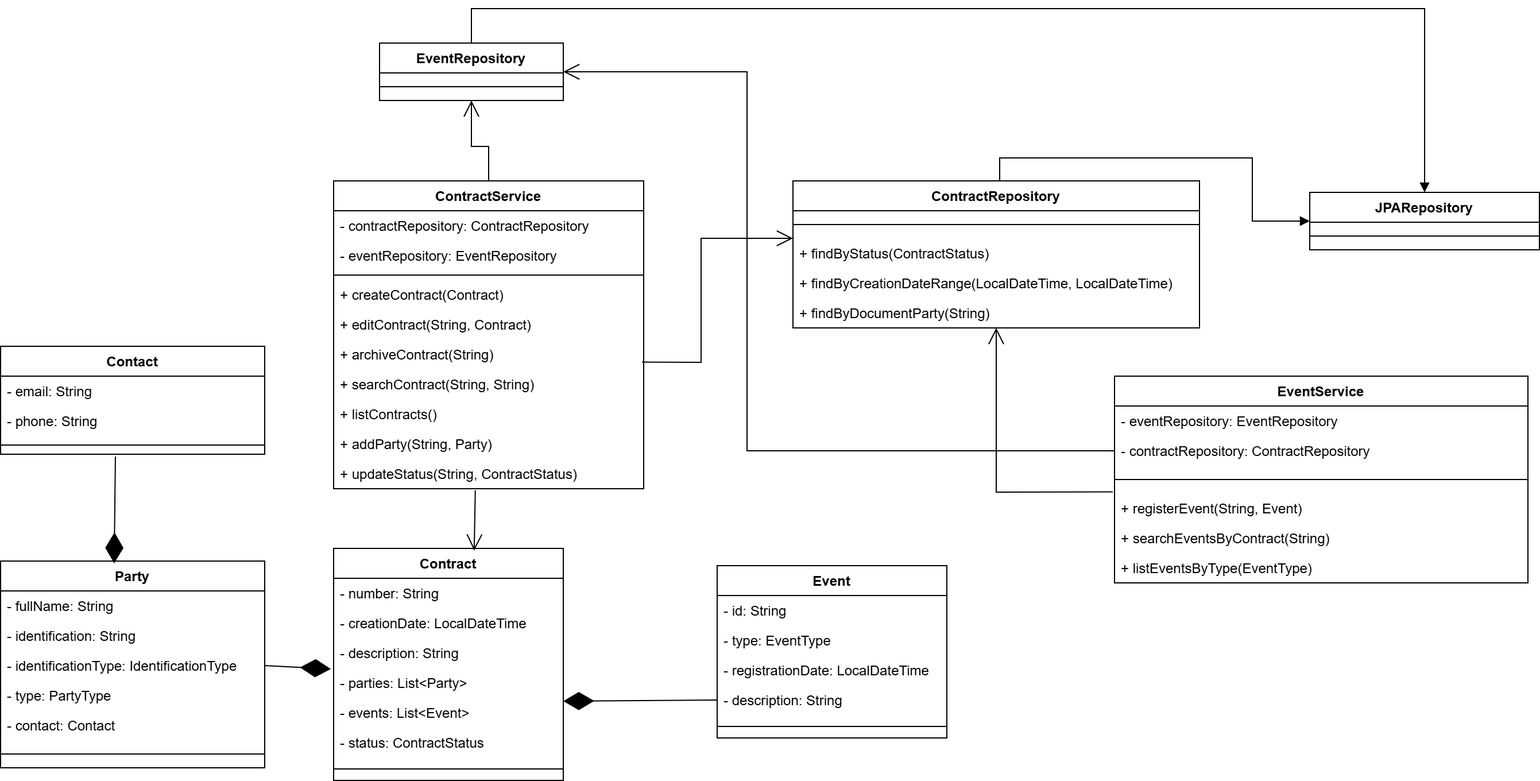
The draw.io diagram src/main/resources/docs/png_docs/classes.png in juliocloud/gerenciamento-contratos, before a commit. Source tidied: cells renumbered, new cells last; positions are measured from the earlier drawing's top-left corner, leaving out a move shared by most shapes.
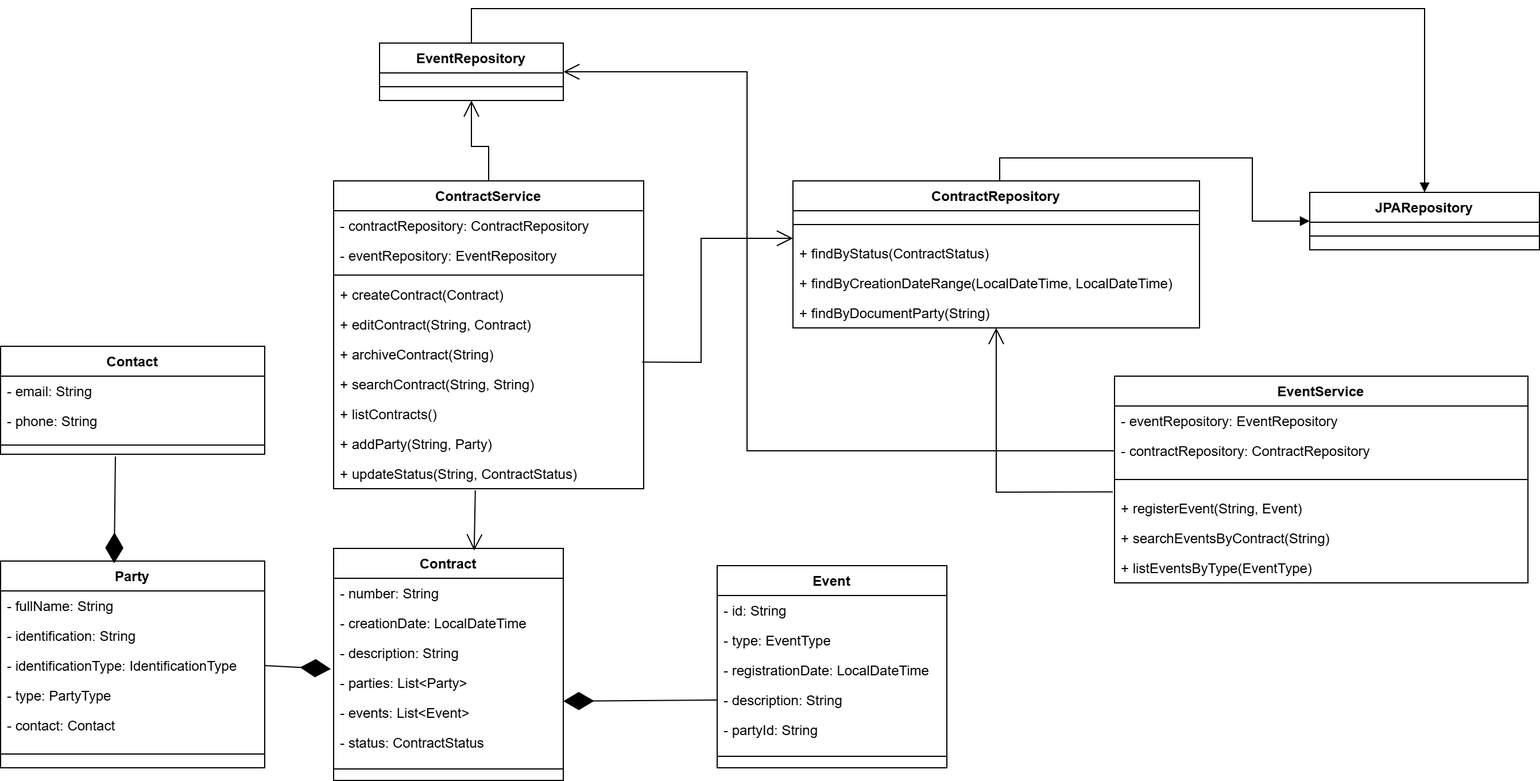
After the change.

Commit message:
docs: classes and models modifications

What changed in the source:
```diff
@@ -137,7 +137,7 @@
       </mxGeometry>
     </mxCell>
     <mxCell id="42" value="Event" style="swimlane;fontStyle=1;align=center;verticalAlign=top;horizontal=1;startSize=26;whiteSpace=wrap;html=1;" parent="1" vertex="1">
-      <mxGeometry x="624" y="485" width="200" height="150" as="geometry" />
+      <mxGeometry x="624" y="485" width="200" height="176" as="geometry" />
     </mxCell>
     <mxCell id="43" value="- id: String" style="text;strokeColor=none;fillColor=none;align=left;verticalAlign=top;spacingLeft=4;spacingRight=4;overflow=hidden;whiteSpace=wrap;html=1;" parent="42" vertex="1">
       <mxGeometry y="26" width="200" height="26" as="geometry" />
@@ -151,8 +151,11 @@
     <mxCell id="46" value="- description: String" style="text;strokeColor=none;fillColor=none;align=left;verticalAlign=top;spacingLeft=4;spacingRight=4;overflow=hidden;points=[[0,0.5],[1,0.5]];portConstraint=eastwest;whiteSpace=wrap;html=1;" parent="42" vertex="1">
       <mxGeometry y="104" width="200" height="26" as="geometry" />
     </mxCell>
+    <mxCell id="64" value="- partyId: String" style="text;strokeColor=none;fillColor=none;align=left;verticalAlign=top;spacingLeft=4;spacingRight=4;overflow=hidden;whiteSpace=wrap;html=1;" parent="42" vertex="1">
+      <mxGeometry y="130" width="200" height="26" as="geometry" />
+    </mxCell>
     <mxCell id="47" style="line;strokeWidth=1;fillColor=none;align=left;verticalAlign=middle;spacingTop=-1;spacingLeft=3;spacingRight=3;labelPosition=right;strokeColor=inherit;" parent="42" vertex="1">
-      <mxGeometry y="130" width="200" height="20" as="geometry" />
+      <mxGeometry y="156" width="200" height="20" as="geometry" />
     </mxCell>
     <mxCell id="48" style="endArrow=diamondThin;endFill=1;endSize=24;html=1;rounded=0;entryX=1;entryY=1.115;entryDx=0;entryDy=0;exitX=0;exitY=0.5;exitDx=0;exitDy=0;entryPerimeter=0;" parent="1" edge="1" source="46" target="6">
       <mxGeometry relative="1" as="geometry" />
```
